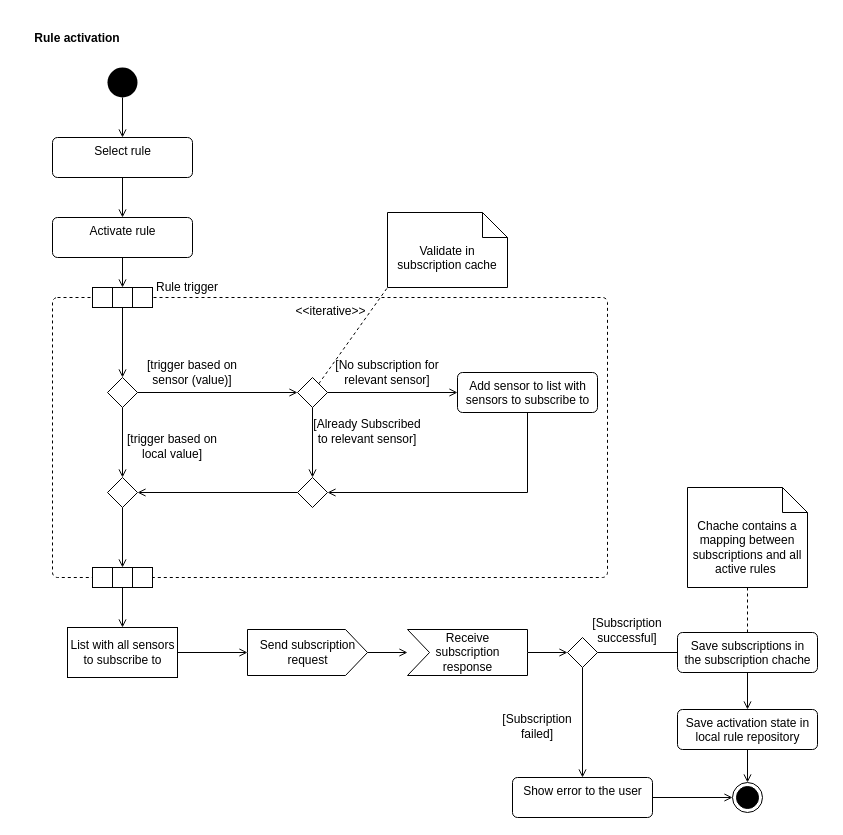
frozzenshooter/LoRaParkAppDocumentation keeps this draw.io diagram as ActivityDiagrams/ruleActivation.drawio. Above is the earlier version. Source tidied: cells renumbered, new cells numbered last; positions are measured from the earlier drawing's top-left corner, leaving out a move shared by most shapes. Both pictures are drawn from the tidied source at 100%, with x=0, y=0 at pixel (17, 17).
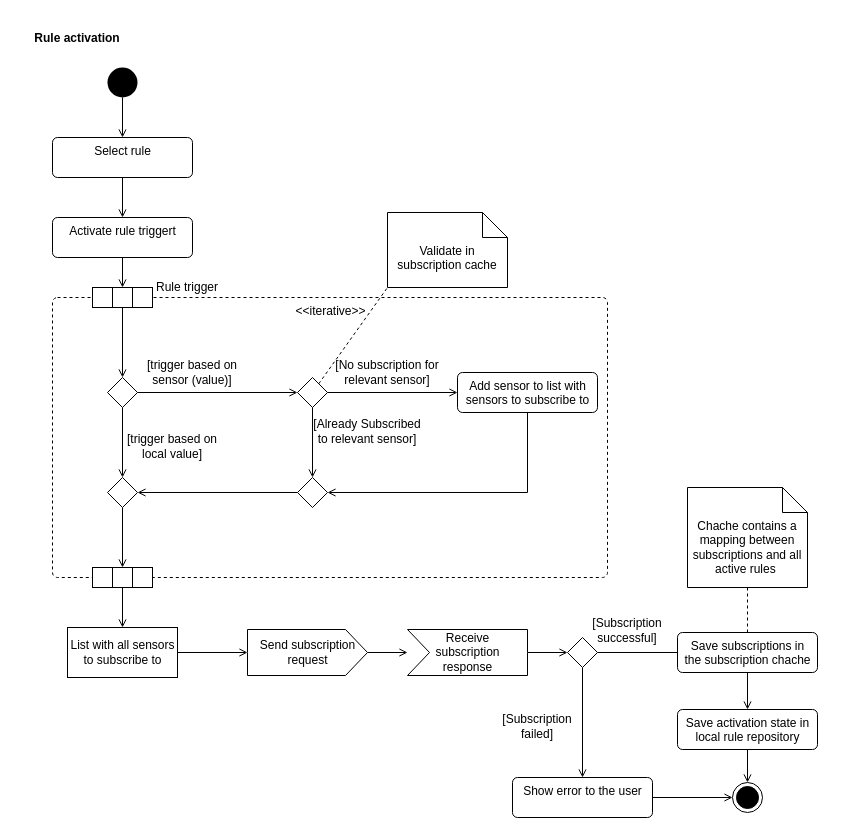
After the change.

Commit message (it also covers changes not shown here):
Rule update added + improvements for rule de-/authentication

What changed in the source:
```diff
@@
-    <mxCell id="8" value="Activate rule" style="html=1;align=center;verticalAlign=top;rounded=1;absoluteArcSize=1;arcSize=10;dashed=0;" parent="1" vertex="1">
+    <mxCell id="8" value="Activate rule triggert" style="html=1;align=center;verticalAlign=top;rounded=1;absoluteArcSize=1;arcSize=10;dashed=0;" parent="1" vertex="1">
       <mxGeometry x="35" y="200" width="140" height="40" as="geometry" />
     </mxCell>
```
